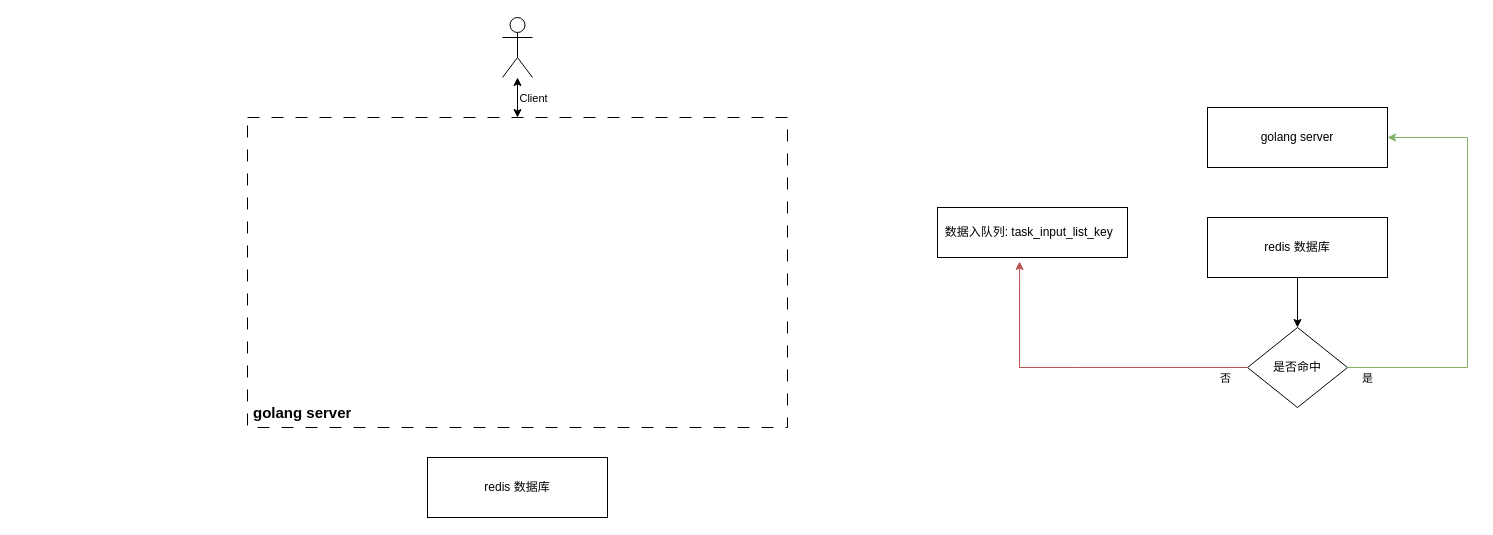
The draw.io diagram DRS_系统_故障演练材料.drawio in qixiaohu/flow-process-diagram, before the edit. Source tidied: cells renumbered, new cells numbered last; positions are measured from the earlier drawing's top-left corner, leaving out a move shared by most shapes. Both pictures are drawn from the tidied source at 100%, with x=0, y=0 at pixel (247, 17).
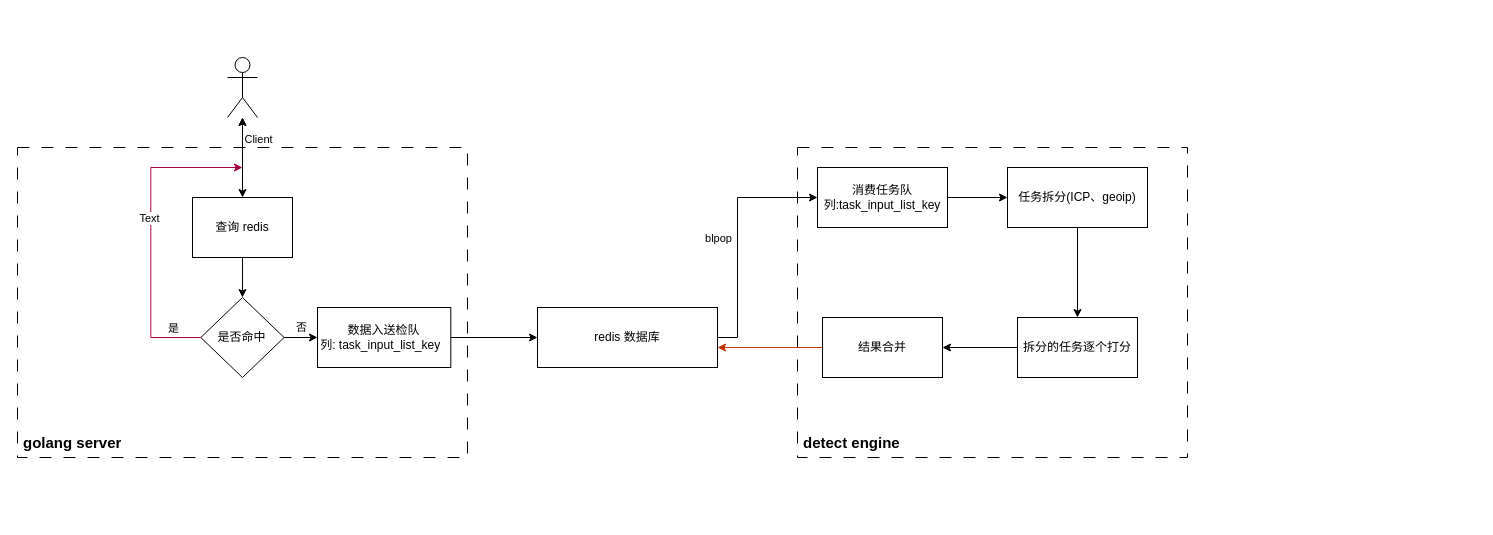
The same diagram, later.

Commit message:
更新DRS_系统_故障演练材料.drawio

What changed in the source:
```diff
@@
-    <mxCell id="2" value="redis 数据库" style="rounded=0;whiteSpace=wrap;html=1;" parent="1" vertex="1">
-      <mxGeometry x="960" y="200" width="180" height="60" as="geometry" />
-    </mxCell>
-    <mxCell id="3" value="golang server" style="rounded=0;whiteSpace=wrap;html=1;" parent="1" vertex="1">
-      <mxGeometry x="960" y="90" width="180" height="60" as="geometry" />
-    </mxCell>
-    <mxCell id="4" value="是否命中" style="rhombus;whiteSpace=wrap;html=1;" parent="1" vertex="1">
-      <mxGeometry x="1000" y="310" width="100" height="80" as="geometry" />
-    </mxCell>
-    <mxCell id="5" style="shape=umlActor;verticalLabelPosition=bottom;verticalAlign=top;html=1;outlineConnect=0;" parent="1" vertex="1">
-      <mxGeometry x="255" width="30" height="60" as="geometry" />
-    </mxCell>
-    <mxCell id="6" style="endArrow=classic;html=1;rounded=0;exitX=0.5;exitY=1;exitDx=0;exitDy=0;" parent="1" edge="1" source="2" target="4">
-      <mxGeometry relative="1" as="geometry" />
-    </mxCell>
-    <mxCell id="7" style="endArrow=classic;html=1;rounded=0;exitX=1;exitY=0.5;exitDx=0;exitDy=0;entryX=1;entryY=0.5;entryDx=0;entryDy=0;fillColor=#d5e8d4;strokeColor=#82b366;" parent="1" edge="1" source="4" target="3">
-      <mxGeometry relative="1" as="geometry">
-        <Array as="points">
-          <mxPoint x="1220" y="350" />
-          <mxPoint x="1220" y="120" />
-        </Array>
-      </mxGeometry>
-    </mxCell>
-    <mxCell id="8" value="是" style="edgeLabel;html=1;align=center;verticalAlign=middle;" parent="7" vertex="1">
-      <mxGeometry x="-0.7" y="-2" relative="1" as="geometry">
-        <mxPoint x="-46" y="8" as="offset" />
-      </mxGeometry>
-    </mxCell>
-    <mxCell id="9" style="endArrow=classic;startArrow=classic;html=1;rounded=0;exitX=0.5;exitY=0;exitDx=0;exitDy=0;" parent="1" edge="1" source="16" target="5">
-      <mxGeometry relative="1" as="geometry" />
-    </mxCell>
-    <mxCell id="10" value="Client" style="edgeLabel;html=1;align=center;verticalAlign=middle;" parent="9" vertex="1">
-      <mxGeometry x="0.16" relative="1" as="geometry">
-        <mxPoint x="15" y="3" as="offset" />
-      </mxGeometry>
-    </mxCell>
-    <mxCell id="11" style="endArrow=classic;html=1;rounded=0;exitX=0;exitY=0.5;exitDx=0;exitDy=0;entryX=0.432;entryY=1.08;entryDx=0;entryDy=0;fillColor=#f8cecc;strokeColor=#b85450;entryPerimeter=0;" parent="1" edge="1" source="4" target="13">
-      <mxGeometry relative="1" as="geometry">
-        <Array as="points">
-          <mxPoint x="830" y="350" />
-          <mxPoint x="772" y="350" />
-        </Array>
-      </mxGeometry>
-    </mxCell>
-    <mxCell id="12" value="否" style="edgeLabel;html=1;align=center;verticalAlign=middle;" parent="11" vertex="1">
-      <mxGeometry x="-0.86" y="2" relative="1" as="geometry">
-        <mxPoint y="8" as="offset" />
-      </mxGeometry>
-    </mxCell>
-    <mxCell id="13" value="数据入队列:&amp;nbsp;task_input_list_key&amp;nbsp;&amp;nbsp;" style="rounded=0;whiteSpace=wrap;html=1;" parent="1" vertex="1">
-      <mxGeometry x="690" y="190" width="190" height="50" as="geometry" />
-    </mxCell>
-    <mxCell id="14" value="redis 数据库" style="rounded=0;whiteSpace=wrap;html=1;" parent="1" vertex="1">
-      <mxGeometry x="180" y="440" width="180" height="60" as="geometry" />
-    </mxCell>
     <mxCell id="15" style="group;" parent="1" vertex="1">
-      <mxGeometry y="100" width="540" height="310" as="geometry" />
+      <mxGeometry x="-230" y="130" width="450" height="310" as="geometry" />
     </mxCell>
     <mxCell id="16" style="rounded=0;whiteSpace=wrap;html=1;dashed=1;dashPattern=12 12;" parent="15" vertex="1">
-      <mxGeometry width="540" height="310" as="geometry" />
+      <mxGeometry width="450" height="310" as="geometry" />
     </mxCell>
     <mxCell id="17" value="&lt;font style=&quot;font-size: 15px;&quot;&gt;&lt;b&gt;golang server&lt;/b&gt;&lt;/font&gt;" style="text;strokeColor=none;fillColor=none;align=left;verticalAlign=middle;spacingLeft=4;spacingRight=4;overflow=hidden;whiteSpace=wrap;html=1;strokeWidth=5;" parent="15" vertex="1">
-      <mxGeometry y="280" width="140" height="30" as="geometry" />
+      <mxGeometry y="280" width="116.7" height="30" as="geometry" />
     </mxCell>
+    <mxCell id="18" value="查询 redis" style="rounded=0;whiteSpace=wrap;html=1;" parent="15" vertex="1">
+      <mxGeometry x="175" y="50" width="100" height="60" as="geometry" />
+    </mxCell>
+    <mxCell id="4" value="是否命中" style="rhombus;whiteSpace=wrap;html=1;" parent="15" vertex="1">
+      <mxGeometry x="183.3" y="150" width="83.3" height="80" as="geometry" />
+    </mxCell>
+    <mxCell id="19" style="endArrow=classic;html=1;rounded=0;exitX=0.5;exitY=1;exitDx=0;exitDy=0;entryX=0.5;entryY=0;entryDx=0;entryDy=0;" parent="15" edge="1" source="18" target="4">
+      <mxGeometry relative="1" as="geometry" />
+    </mxCell>
+    <mxCell id="20" style="endArrow=classic;html=1;rounded=0;exitX=0;exitY=0.5;exitDx=0;exitDy=0;fillColor=#d80073;strokeColor=#A50040;" parent="15" edge="1" source="4">
+      <mxGeometry relative="1" as="geometry">
+        <mxPoint x="225" y="20" as="targetPoint" />
+        <Array as="points">
+          <mxPoint x="133.3" y="190" />
+          <mxPoint x="133.3" y="20" />
+        </Array>
+      </mxGeometry>
+    </mxCell>
+    <mxCell id="8" value="是" style="edgeLabel;html=1;align=center;verticalAlign=middle;" parent="20" vertex="1">
+      <mxGeometry x="-0.82" y="-3" relative="1" as="geometry">
+        <mxPoint y="-7" as="offset" />
+      </mxGeometry>
+    </mxCell>
+    <mxCell id="21" value="Text" style="edgeLabel;html=1;align=center;verticalAlign=middle;" parent="20" vertex="1">
+      <mxGeometry x="0.09" y="2" relative="1" as="geometry" />
+    </mxCell>
+    <mxCell id="22" value="数据入送检队列:&amp;nbsp;task_input_list_key&amp;nbsp;&amp;nbsp;" style="rounded=0;whiteSpace=wrap;html=1;" parent="15" vertex="1">
+      <mxGeometry x="300" y="160" width="133.3" height="60" as="geometry" />
+    </mxCell>
+    <mxCell id="12" value="否" style="endArrow=classic;html=1;rounded=0;exitX=1;exitY=0.5;exitDx=0;exitDy=0;entryX=0;entryY=0.5;entryDx=0;entryDy=0;" parent="15" edge="1" source="4" target="22">
+      <mxGeometry y="10" relative="1" as="geometry" />
+    </mxCell>
+    <mxCell id="5" style="shape=umlActor;verticalLabelPosition=bottom;verticalAlign=top;html=1;outlineConnect=0;" parent="1" vertex="1">
+      <mxGeometry x="-20" y="40" width="30" height="60" as="geometry" />
+    </mxCell>
+    <mxCell id="9" style="endArrow=classic;startArrow=classic;html=1;rounded=0;" parent="1" edge="1" source="18" target="5">
+      <mxGeometry relative="1" as="geometry" />
+    </mxCell>
+    <mxCell id="10" value="Client" style="edgeLabel;html=1;align=center;verticalAlign=middle;" parent="9" vertex="1">
+      <mxGeometry x="0.16" relative="1" as="geometry">
+        <mxPoint x="15" y="-13" as="offset" />
+      </mxGeometry>
+    </mxCell>
+    <mxCell id="14" value="redis 数据库" style="rounded=0;whiteSpace=wrap;html=1;" parent="1" vertex="1">
+      <mxGeometry x="290" y="290" width="180" height="60" as="geometry" />
+    </mxCell>
+    <mxCell id="23" style="edgeStyle=orthogonalEdgeStyle;rounded=0;jettySize=auto;html=1;" parent="1" edge="1" source="16" target="5">
+      <mxGeometry relative="1" as="geometry" />
+    </mxCell>
+    <mxCell id="24" style="endArrow=classic;html=1;rounded=0;exitX=1;exitY=0.5;exitDx=0;exitDy=0;entryX=0;entryY=0.5;entryDx=0;entryDy=0;" parent="1" edge="1" source="22" target="14">
+      <mxGeometry relative="1" as="geometry" />
+    </mxCell>
+    <mxCell id="25" style="group;" parent="1" vertex="1">
+      <mxGeometry x="550" y="130" width="510" height="310" as="geometry" />
+    </mxCell>
+    <mxCell id="26" style="rounded=0;whiteSpace=wrap;html=1;dashed=1;dashPattern=12 12;" parent="25" vertex="1">
+      <mxGeometry width="390" height="310" as="geometry" />
+    </mxCell>
+    <mxCell id="27" value="&lt;span style=&quot;font-size: 15px;&quot;&gt;&lt;b&gt;detect engine&lt;/b&gt;&lt;/span&gt;" style="text;strokeColor=none;fillColor=none;align=left;verticalAlign=middle;spacingLeft=4;spacingRight=4;overflow=hidden;whiteSpace=wrap;html=1;strokeWidth=5;" parent="25" vertex="1">
+      <mxGeometry y="280" width="116.7" height="30" as="geometry" />
+    </mxCell>
+    <mxCell id="28" value="消费任务队列:task_input_list_key" style="rounded=0;whiteSpace=wrap;html=1;" parent="25" vertex="1">
+      <mxGeometry x="20" y="20" width="130" height="60" as="geometry" />
+    </mxCell>
+    <mxCell id="29" value="任务拆分(ICP、geoip)" style="rounded=0;whiteSpace=wrap;html=1;" parent="25" vertex="1">
+      <mxGeometry x="210" y="20" width="140" height="60" as="geometry" />
+    </mxCell>
+    <mxCell id="30" style="endArrow=classic;html=1;rounded=0;exitX=1;exitY=0.5;exitDx=0;exitDy=0;entryX=0;entryY=0.5;entryDx=0;entryDy=0;" parent="25" edge="1" source="28" target="29">
+      <mxGeometry relative="1" as="geometry" />
+    </mxCell>
+    <mxCell id="31" value="拆分的任务逐个打分" style="rounded=0;whiteSpace=wrap;html=1;" parent="25" vertex="1">
+      <mxGeometry x="220" y="170" width="120" height="60" as="geometry" />
+    </mxCell>
+    <mxCell id="32" style="endArrow=classic;html=1;rounded=0;exitX=0.5;exitY=1;exitDx=0;exitDy=0;" parent="25" edge="1" source="29" target="31">
+      <mxGeometry relative="1" as="geometry" />
+    </mxCell>
+    <mxCell id="33" value="结果合并" style="rounded=0;whiteSpace=wrap;html=1;" parent="25" vertex="1">
+      <mxGeometry x="25" y="170" width="120" height="60" as="geometry" />
+    </mxCell>
+    <mxCell id="34" style="endArrow=classic;html=1;rounded=0;exitX=0;exitY=0.5;exitDx=0;exitDy=0;entryX=1;entryY=0.5;entryDx=0;entryDy=0;" parent="25" edge="1" source="31" target="33">
+      <mxGeometry relative="1" as="geometry" />
+    </mxCell>
+    <mxCell id="35" style="endArrow=classic;html=1;rounded=0;exitX=1;exitY=0.5;exitDx=0;exitDy=0;entryX=0;entryY=0.5;entryDx=0;entryDy=0;" parent="1" edge="1" source="14" target="28">
+      <mxGeometry relative="1" as="geometry">
+        <Array as="points">
+          <mxPoint x="490" y="320" />
+          <mxPoint x="490" y="180" />
+        </Array>
+      </mxGeometry>
+    </mxCell>
+    <mxCell id="36" value="blpop" style="edgeLabel;html=1;align=center;verticalAlign=middle;" parent="35" vertex="1">
+      <mxGeometry x="-0.1" y="-1" relative="1" as="geometry">
+        <mxPoint x="-21" y="-12" as="offset" />
+      </mxGeometry>
+    </mxCell>
+    <mxCell id="37" style="endArrow=classic;html=1;rounded=0;exitX=0;exitY=0.5;exitDx=0;exitDy=0;fillColor=#fa6800;strokeColor=#C73500;" parent="1" edge="1" source="33">
+      <mxGeometry relative="1" as="geometry">
+        <mxPoint x="470" y="330" as="targetPoint" />
+      </mxGeometry>
+    </mxCell>
```
